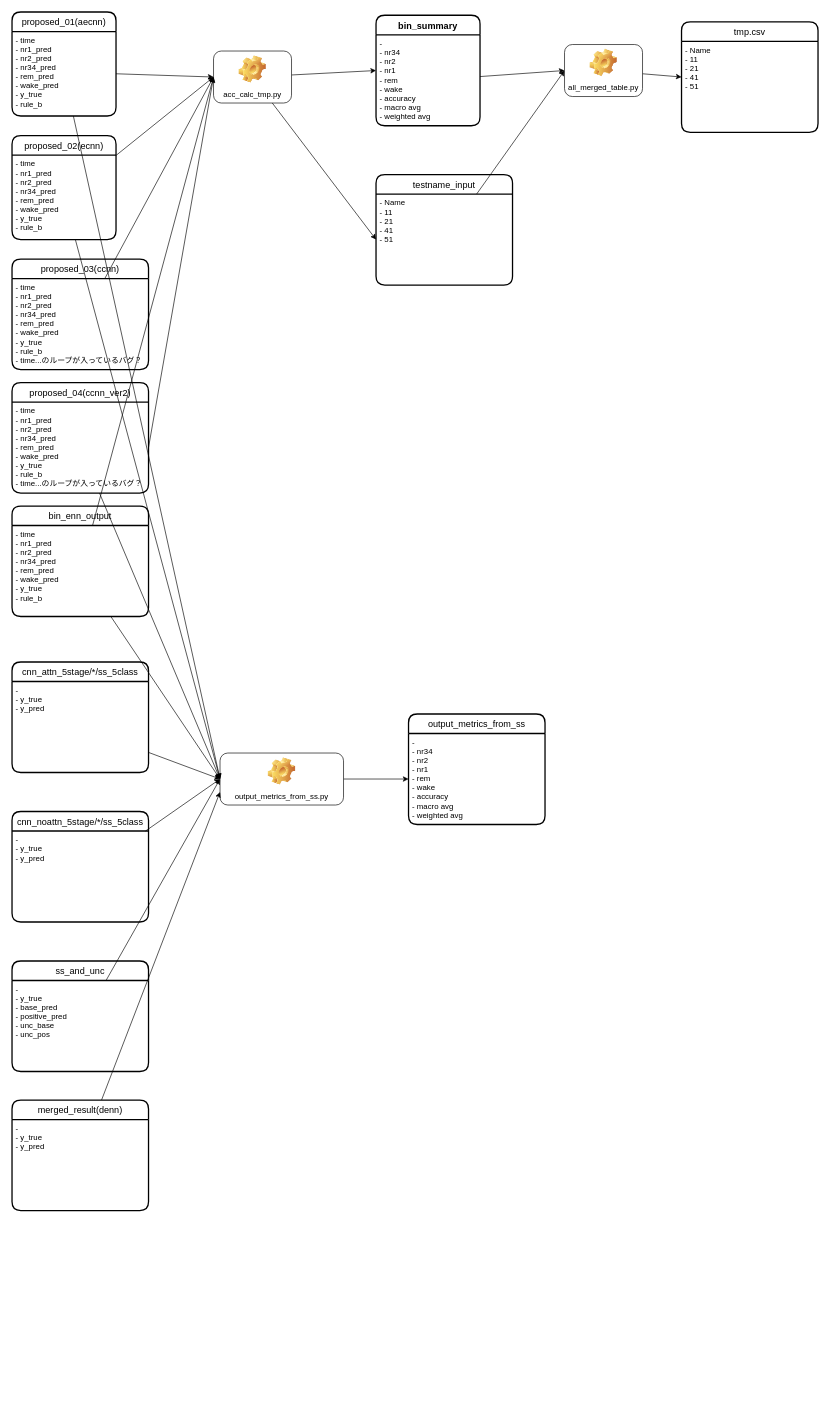
Taiki-jp/sleep_study keeps this draw.io diagram as er_diagram.dio. Above is the earlier version. Source tidied: cells renumbered, new cells numbered last; positions are measured from the earlier drawing's top-left corner, leaving out a move shared by most shapes. Both pictures are drawn from the tidied source at 65%, with x=0, y=0 at pixel (12, 12).
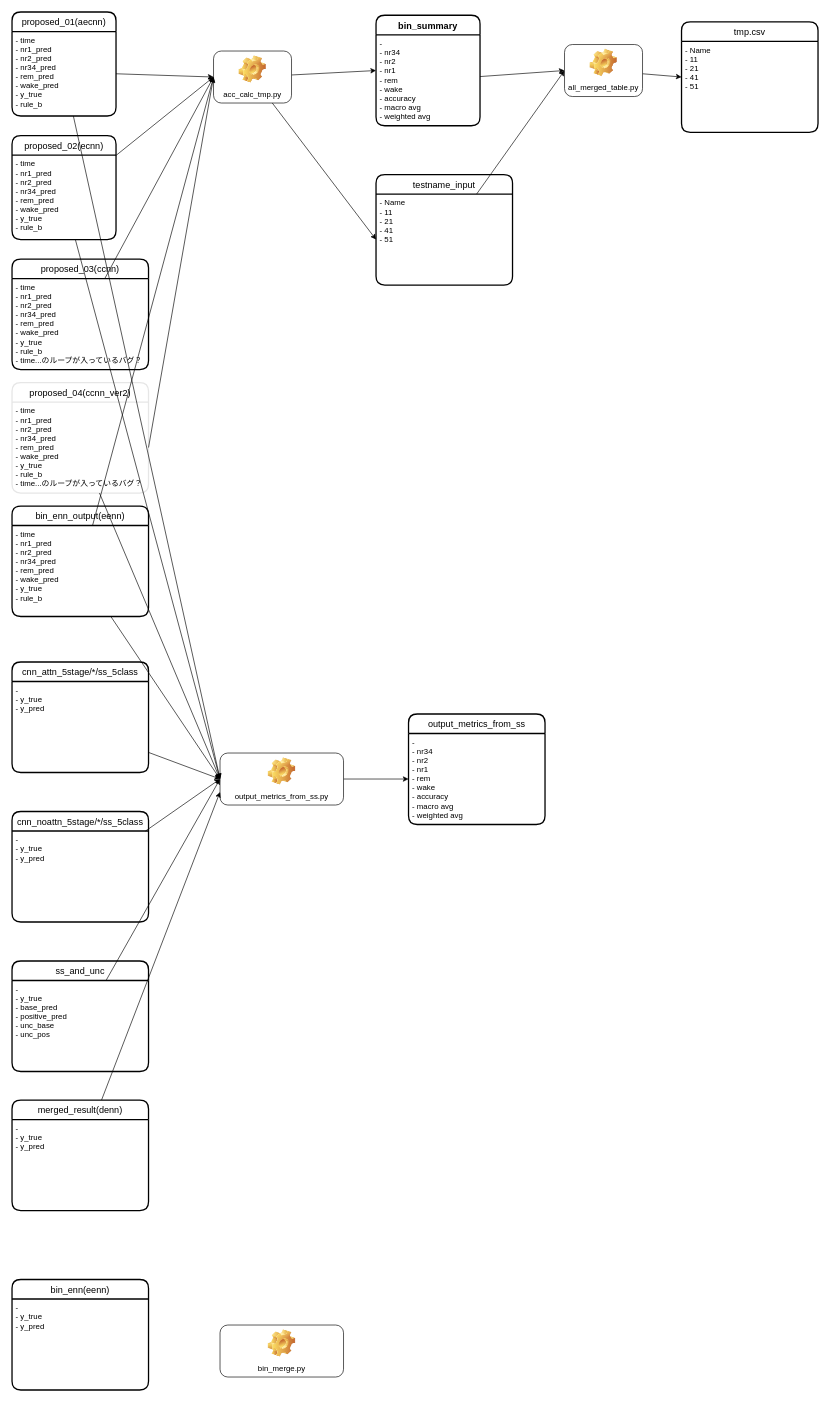
After the change.

What changed in the source:
```diff
@@
-    <mxCell id="8" value="proposed_04(ccnn_ver2)" style="swimlane;horizontal=1;startSize=30;rounded=1;fontSize=14;fontStyle=0;strokeWidth=2;shadow=0;dashed=0;align=center;" parent="1" vertex="1">
+    <mxCell id="8" value="proposed_04(ccnn_ver2)" style="swimlane;horizontal=1;startSize=30;rounded=1;fontSize=14;fontStyle=0;strokeWidth=2;shadow=0;dashed=0;align=center;strokeColor=#E6E6E6;fillColor=none;" parent="1" vertex="1">
       <mxGeometry y="570" width="210" height="170" as="geometry" />
     </mxCell>
@@
-    <mxCell id="25" value="bin_enn_output" style="swimlane;horizontal=1;startSize=30;rounded=1;fontSize=14;fontStyle=0;strokeWidth=2;shadow=0;dashed=0;align=center;" parent="1" vertex="1">
+    <mxCell id="25" value="bin_enn_output(eenn)" style="swimlane;horizontal=1;startSize=30;rounded=1;fontSize=14;fontStyle=0;strokeWidth=2;shadow=0;dashed=0;align=center;" parent="1" vertex="1">
       <mxGeometry y="760" width="210" height="170" as="geometry" />
     </mxCell>
@@
+    <mxCell id="50" value="bin_merge.py" style="label;whiteSpace=wrap;html=1;align=center;verticalAlign=bottom;spacingLeft=0;spacingBottom=4;imageAlign=center;imageVerticalAlign=top;image=img/clipart/Gear_128x128.png;fontStyle=0;" parent="1" vertex="1">
+      <mxGeometry x="320" y="2020" width="190" height="80" as="geometry" />
+    </mxCell>
+    <mxCell id="51" value="bin_enn(eenn)" style="swimlane;horizontal=1;startSize=30;rounded=1;fontSize=14;fontStyle=0;strokeWidth=2;shadow=0;dashed=0;align=center;" parent="1" vertex="1">
+      <mxGeometry y="1950" width="210" height="170" as="geometry" />
+    </mxCell>
+    <mxCell id="52" value="- &#10;- y_true&#10;- y_pred" style="align=left;strokeColor=none;fillColor=none;spacingLeft=4;fontSize=12;verticalAlign=top;" parent="51" vertex="1">
+      <mxGeometry y="30" width="210" height="140" as="geometry" />
+    </mxCell>
```
